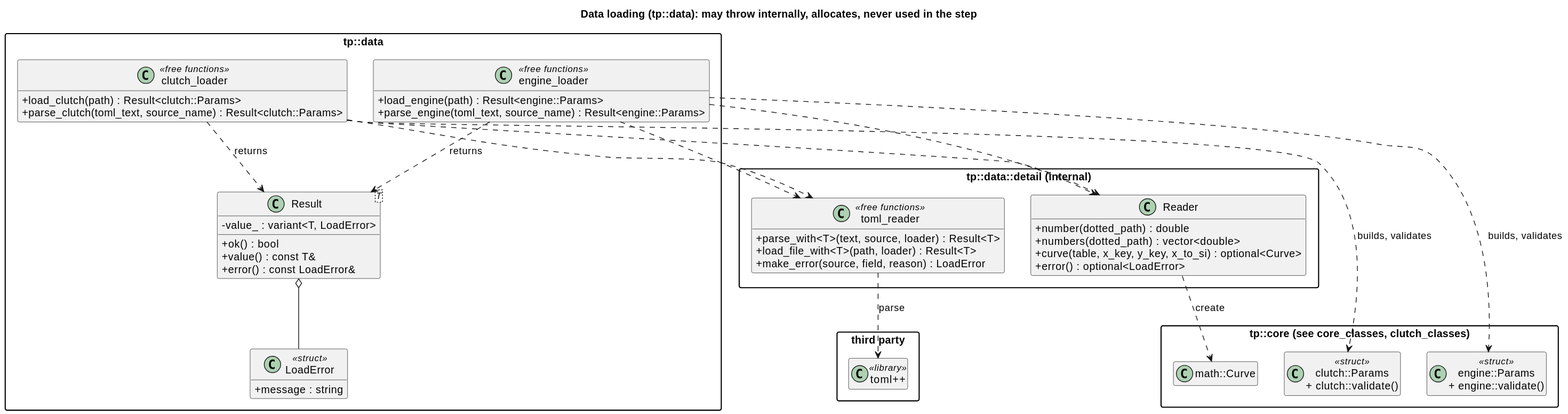
The PlantUML diagram docs/diagrams/svg/data_io_classes.svg in wversteeg/TractorPulling, before a commit.
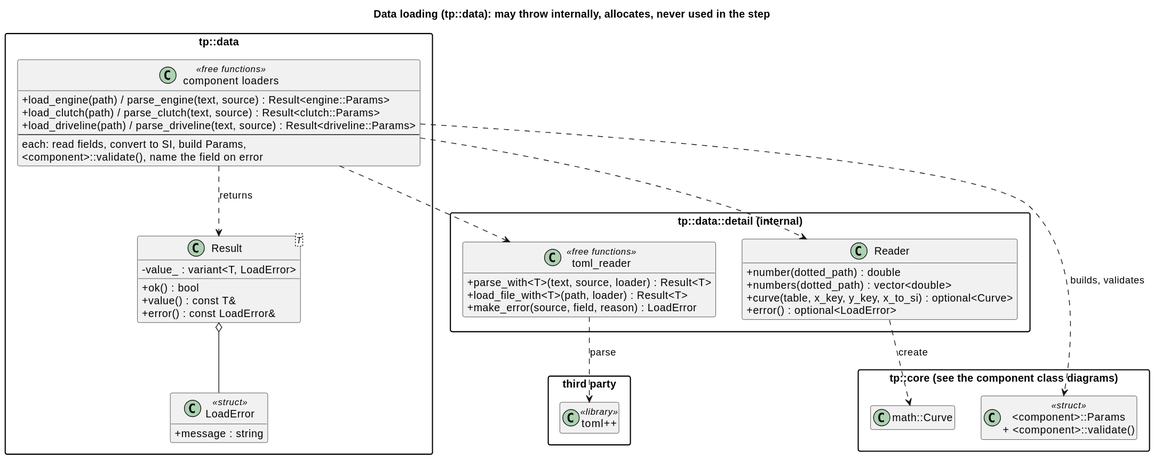
After the change.

Commit message:
Add the driveline data file and loader

Diff of the diagram source:
```diff
@@ -15,17 +15,16 @@
     +value() : const T&
     +error() : const LoadError&
   }
-  class "engine_loader" as EngineLoader <<free functions>> {
-    +load_engine(path) : Result<engine::Params>
-    +parse_engine(toml_text, source_name) : Result<engine::Params>
-  }
-  class "clutch_loader" as ClutchLoader <<free functions>> {
-    +load_clutch(path) : Result<clutch::Params>
-    +parse_clutch(toml_text, source_name) : Result<clutch::Params>
+  class "component loaders" as Loaders <<free functions>> {
+    +load_engine(path) / parse_engine(text, source) : Result<engine::Params>
+    +load_clutch(path) / parse_clutch(text, source) : Result<clutch::Params>
+    +load_driveline(path) / parse_driveline(text, source) : Result<driveline::Params>
+    --
+    each: read fields, convert to SI, build Params,
+    <component>::validate(), name the field on error
   }
   Result o-- LoadError
-  EngineLoader ..> Result : returns
-  ClutchLoader ..> Result : returns
+  Loaders ..> Result : returns
 }
 
 package "tp::data::detail (internal)" {
@@ -41,14 +40,11 @@
     +make_error(source, field, reason) : LoadError
   }
 }
-EngineLoader ..> TomlFns
-ClutchLoader ..> TomlFns
-EngineLoader ..> Reader
-ClutchLoader ..> Reader
+Loaders ..> TomlFns
+Loaders ..> Reader
 
-package "tp::core (see core_classes, clutch_classes)" {
-  class "engine::Params\n+ engine::validate()" as EngineCore <<struct>>
-  class "clutch::Params\n+ clutch::validate()" as ClutchCore <<struct>>
+package "tp::core (see the component class diagrams)" {
+  class "<component>::Params\n+ <component>::validate()" as CoreParams <<struct>>
   class "math::Curve" as Curve
 }
 
@@ -58,6 +54,5 @@
 
 TomlFns ..> Toml : parse
 Reader ..> Curve : create
-EngineLoader ..> EngineCore : builds, validates
-ClutchLoader ..> ClutchCore : builds, validates
+Loaders ..> CoreParams : builds, validates
 @enduml
```
